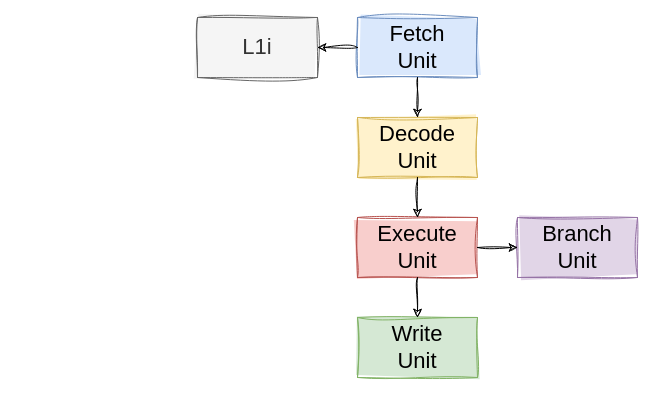
This is page "mvp-3" (3 of 6) of res/majorana.drawio from teivah/majorana, a draw.io file, before an edit. Source tidied: cells renumbered, new cells numbered last; positions are measured from the earlier drawing's top-left corner, leaving out a move shared by most shapes. Both pictures are drawn from the tidied source at 100%, with x=0, y=0 at pixel (197, 17).
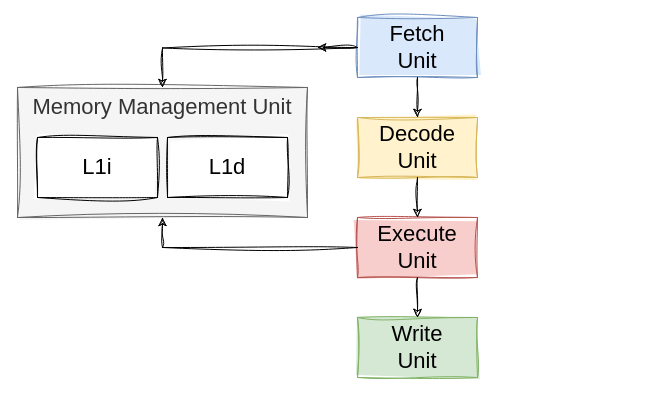
The same page after the edit.

Diff of the diagram source:
```diff
@@
 <mxGraphModel>
   <root>
     <mxCell id="0" />
     <mxCell id="1" parent="0" />
     <mxCell id="2" value="Fetch&lt;br&gt;Unit" style="rounded=0;whiteSpace=wrap;html=1;sketch=1;curveFitting=1;jiggle=2;fontSize=22;fillColor=#dae8fc;strokeColor=#6c8ebf;fillStyle=solid;" parent="1" vertex="1">
       <mxGeometry x="160" width="120" height="60" as="geometry" />
     </mxCell>
     <mxCell id="3" value="Decode&lt;br&gt;Unit" style="rounded=0;whiteSpace=wrap;html=1;sketch=1;curveFitting=1;jiggle=2;fontSize=22;fillColor=#fff2cc;strokeColor=#d6b656;fillStyle=solid;" parent="1" vertex="1">
       <mxGeometry x="160" y="100" width="120" height="60" as="geometry" />
     </mxCell>
     <mxCell id="4" style="endArrow=classic;html=1;rounded=0;exitX=0.5;exitY=1;exitDx=0;exitDy=0;sketch=1;curveFitting=1;jiggle=2;" parent="1" edge="1" source="2" target="3">
       <mxGeometry relative="1" as="geometry" />
     </mxCell>
     <mxCell id="5" value="Execute&lt;br&gt;Unit" style="rounded=0;whiteSpace=wrap;html=1;sketch=1;curveFitting=1;jiggle=2;fontSize=22;fillStyle=solid;fillColor=#f8cecc;strokeColor=#b85450;" parent="1" vertex="1">
       <mxGeometry x="160" y="200" width="120" height="60" as="geometry" />
     </mxCell>
     <mxCell id="6" value="Write&lt;br&gt;Unit" style="rounded=0;whiteSpace=wrap;html=1;sketch=1;curveFitting=1;jiggle=2;fontSize=22;fillStyle=solid;fillColor=#d5e8d4;strokeColor=#82b366;" parent="1" vertex="1">
       <mxGeometry x="160" y="300" width="120" height="60" as="geometry" />
     </mxCell>
     <mxCell id="7" style="endArrow=classic;html=1;rounded=0;sketch=1;curveFitting=1;jiggle=2;entryX=0.5;entryY=0;entryDx=0;entryDy=0;" parent="1" edge="1" target="5">
       <mxGeometry relative="1" as="geometry">
         <mxPoint x="220" y="160" as="sourcePoint" />
       </mxGeometry>
     </mxCell>
     <mxCell id="8" style="endArrow=classic;html=1;rounded=0;sketch=1;curveFitting=1;jiggle=2;entryX=0.5;entryY=0;entryDx=0;entryDy=0;exitX=0.5;exitY=1;exitDx=0;exitDy=0;" parent="1" edge="1" source="5" target="6">
       <mxGeometry relative="1" as="geometry" />
     </mxCell>
+    <mxCell id="10" style="endArrow=classic;html=1;rounded=0;exitX=0;exitY=0.5;exitDx=0;exitDy=0;sketch=1;curveFitting=1;jiggle=2;entryX=1;entryY=0.5;entryDx=0;entryDy=0;" parent="1" edge="1" source="2">
+      <mxGeometry relative="1" as="geometry">
+        <mxPoint x="120" y="30" as="targetPoint" />
+      </mxGeometry>
+    </mxCell>
+    <mxCell id="13" value="Memory Management Unit" style="rounded=0;whiteSpace=wrap;html=1;sketch=1;curveFitting=1;jiggle=2;fontSize=22;fillStyle=solid;fillColor=#f5f5f5;fontColor=#333333;strokeColor=#666666;verticalAlign=top;" parent="1" vertex="1">
+      <mxGeometry x="-180" y="70" width="290" height="130" as="geometry" />
+    </mxCell>
-    <mxCell id="9" value="L1i" style="rounded=0;whiteSpace=wrap;html=1;sketch=1;curveFitting=1;jiggle=2;fontSize=22;fillStyle=solid;fillColor=#f5f5f5;fontColor=#333333;strokeColor=#666666;" parent="1" vertex="1">
-      <mxGeometry width="120" height="60" as="geometry" />
+    <mxCell id="9" value="L1i" style="rounded=0;whiteSpace=wrap;html=1;sketch=1;curveFitting=1;jiggle=2;fontSize=22;fillStyle=solid;" parent="1" vertex="1">
+      <mxGeometry x="-160" y="120" width="120" height="60" as="geometry" />
     </mxCell>
-    <mxCell id="10" style="endArrow=classic;html=1;rounded=0;exitX=0;exitY=0.5;exitDx=0;exitDy=0;sketch=1;curveFitting=1;jiggle=2;entryX=1;entryY=0.5;entryDx=0;entryDy=0;" parent="1" edge="1" source="2" target="9">
-      <mxGeometry relative="1" as="geometry" />
-    </mxCell>
-    <mxCell id="11" value="Branch&lt;br&gt;Unit" style="rounded=0;whiteSpace=wrap;html=1;sketch=1;curveFitting=1;jiggle=2;fontSize=22;fillStyle=solid;fillColor=#e1d5e7;strokeColor=#9673a6;" parent="1" vertex="1">
-      <mxGeometry x="320" y="200" width="120" height="60" as="geometry" />
-    </mxCell>
-    <mxCell id="12" style="endArrow=classic;html=1;rounded=0;sketch=1;curveFitting=1;jiggle=2;entryX=0;entryY=0.5;entryDx=0;entryDy=0;exitX=1;exitY=0.5;exitDx=0;exitDy=0;" parent="1" edge="1" source="5" target="11">
-      <mxGeometry relative="1" as="geometry" />
-    </mxCell>
+    <mxCell id="14" value="L1d" style="rounded=0;whiteSpace=wrap;html=1;sketch=1;curveFitting=1;jiggle=2;fontSize=22;fillStyle=solid;" parent="1" vertex="1">
+      <mxGeometry x="-30" y="120" width="120" height="60" as="geometry" />
+    </mxCell>
+    <mxCell id="15" style="endArrow=classic;html=1;rounded=0;exitX=0;exitY=0.5;exitDx=0;exitDy=0;sketch=1;curveFitting=1;jiggle=2;entryX=0.5;entryY=0;entryDx=0;entryDy=0;edgeStyle=orthogonalEdgeStyle;" parent="1" edge="1" target="13">
+      <mxGeometry relative="1" as="geometry">
+        <mxPoint x="160" y="30" as="sourcePoint" />
+      </mxGeometry>
+    </mxCell>
+    <mxCell id="16" style="endArrow=classic;html=1;rounded=0;exitX=0;exitY=0.5;exitDx=0;exitDy=0;sketch=1;curveFitting=1;jiggle=2;entryX=0.5;entryY=1;entryDx=0;entryDy=0;edgeStyle=orthogonalEdgeStyle;" parent="1" edge="1" source="5" target="13">
+      <mxGeometry relative="1" as="geometry" />
+    </mxCell>
   </root>
 </mxGraphModel>
```
